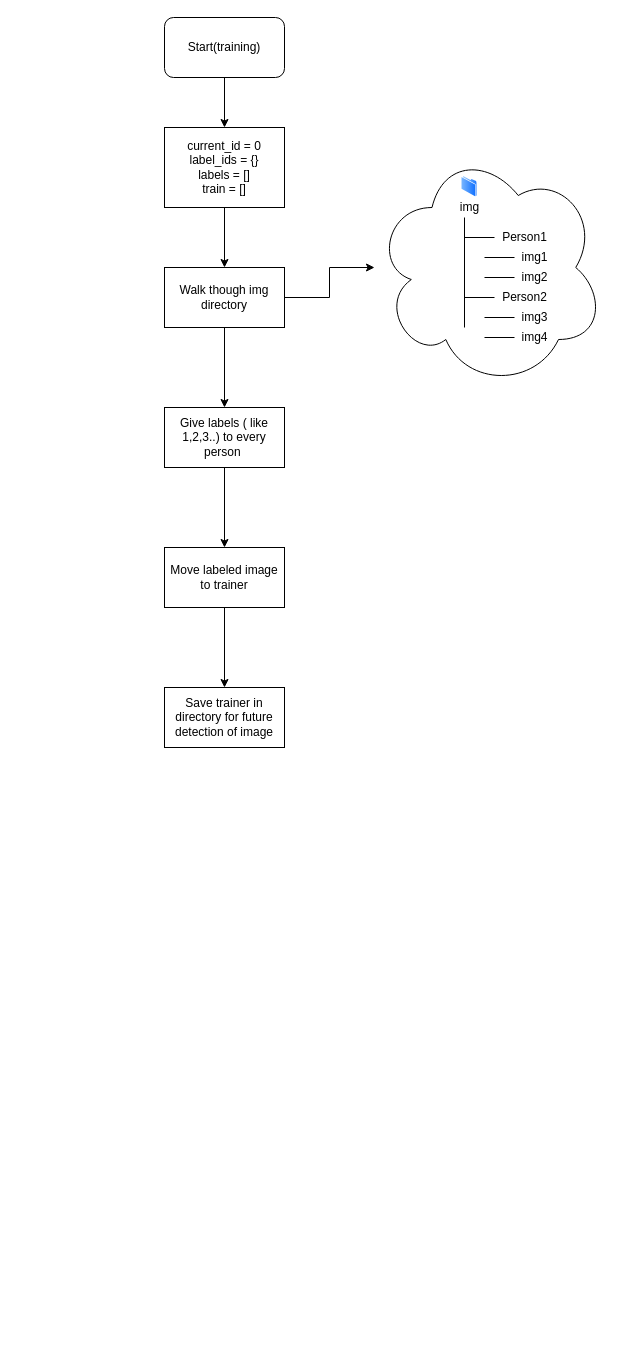
The draw.io diagram Documentation/Flow Diagram/train.drawio in prashantsingh2408/Face-Recognition-Attendance-System, before the edit. Source tidied: cells renumbered, new cells numbered last; positions are measured from the earlier drawing's top-left corner, leaving out a move shared by most shapes. Both pictures are drawn from the tidied source at 100%, with x=0, y=0 at pixel (164, 17).
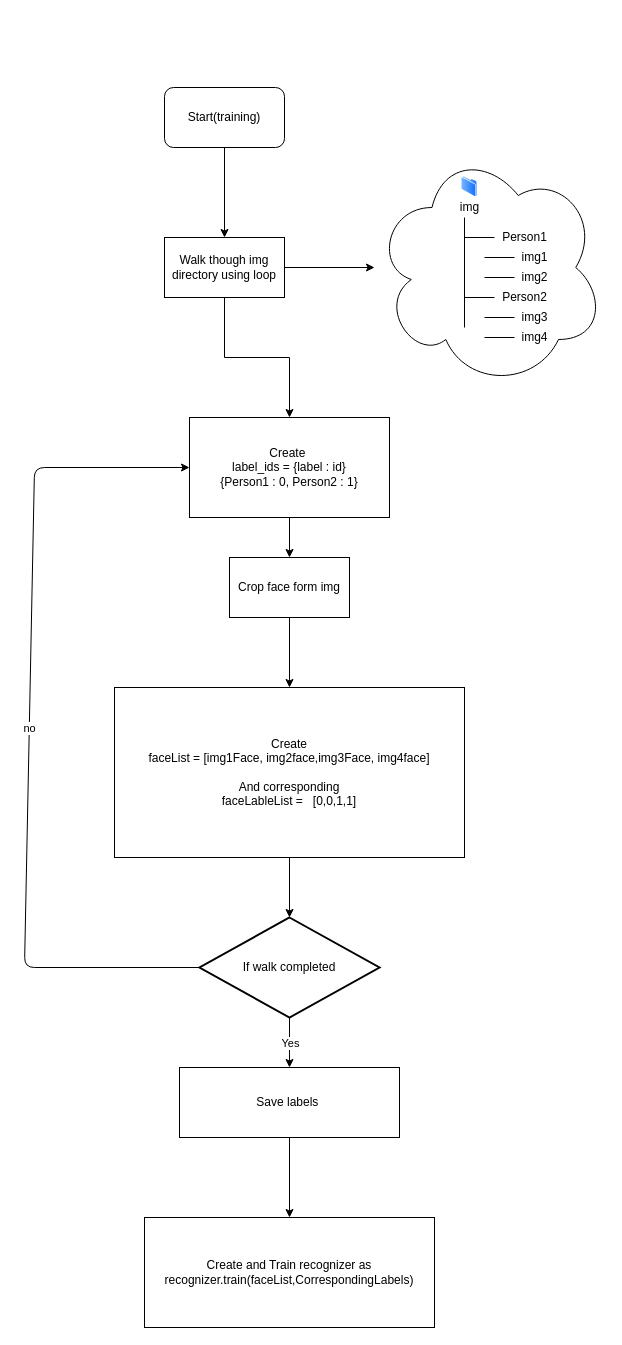
The same diagram, later.

What changed in the source:
```diff
@@
-    <mxCell id="2" style="edgeStyle=orthogonalEdgeStyle;rounded=0;jettySize=auto;html=1;" parent="1" edge="1" source="3" target="5">
+    <mxCell id="2" style="edgeStyle=orthogonalEdgeStyle;rounded=0;jettySize=auto;html=1;entryX=0.5;entryY=0;entryDx=0;entryDy=0;" parent="1" edge="1" source="3" target="8">
       <mxGeometry relative="1" as="geometry" />
     </mxCell>
     <mxCell id="3" value="Start(training)" style="rounded=1;whiteSpace=wrap;html=1;" parent="1" vertex="1">
-      <mxGeometry width="120" height="60" as="geometry" />
+      <mxGeometry y="70" width="120" height="60" as="geometry" />
     </mxCell>
-    <mxCell id="4" style="edgeStyle=orthogonalEdgeStyle;rounded=0;jettySize=auto;html=1;" parent="1" edge="1" source="5" target="8">
-      <mxGeometry relative="1" as="geometry" />
-    </mxCell>
-    <mxCell id="5" value="current_id = 0&lt;br&gt;label_ids = {}&lt;br&gt;labels = []&lt;br&gt;train = []" style="rounded=0;whiteSpace=wrap;html=1;" parent="1" vertex="1">
-      <mxGeometry y="110" width="120" height="80" as="geometry" />
-    </mxCell>
@@
-    <mxCell id="8" value="Walk though img directory" style="rounded=0;whiteSpace=wrap;html=1;" parent="1" vertex="1">
-      <mxGeometry y="250" width="120" height="60" as="geometry" />
+    <mxCell id="8" value="Walk though img directory using loop" style="rounded=0;whiteSpace=wrap;html=1;" parent="1" vertex="1">
+      <mxGeometry y="220" width="120" height="60" as="geometry" />
     </mxCell>
@@
-    <mxCell id="10" value="Give labels ( like 1,2,3..) to every person&amp;nbsp;" style="rounded=0;whiteSpace=wrap;html=1;" parent="1" vertex="1">
-      <mxGeometry y="390" width="120" height="60" as="geometry" />
+    <mxCell id="10" value="Create&amp;nbsp;&lt;br&gt;label_ids = {label : id}&lt;br&gt;{Person1 : 0, Person2 : 1}" style="rounded=0;whiteSpace=wrap;html=1;" parent="1" vertex="1">
+      <mxGeometry x="25" y="400" width="200" height="100" as="geometry" />
     </mxCell>
@@
-    <mxCell id="12" value="Move labeled image to trainer" style="rounded=0;whiteSpace=wrap;html=1;" parent="1" vertex="1">
-      <mxGeometry y="530" width="120" height="60" as="geometry" />
+    <mxCell id="12" value="Crop face form img" style="rounded=0;whiteSpace=wrap;html=1;" parent="1" vertex="1">
+      <mxGeometry x="65" y="540" width="120" height="60" as="geometry" />
     </mxCell>
+    <mxCell id="30" style="edgeStyle=orthogonalEdgeStyle;rounded=0;jettySize=auto;html=1;" parent="1" edge="1" source="13" target="33">
+      <mxGeometry relative="1" as="geometry" />
+    </mxCell>
-    <mxCell id="13" value="Save trainer in directory for future detection of image" style="rounded=0;whiteSpace=wrap;html=1;" parent="1" vertex="1">
-      <mxGeometry y="670" width="120" height="60" as="geometry" />
+    <mxCell id="13" value="Create &lt;br&gt;faceList = [img1Face, img2face,img3Face, img4face]&lt;br&gt;&lt;br&gt;And corresponding &lt;br&gt;faceLableList =&amp;nbsp; &amp;nbsp;[0,0,1,1]" style="rounded=0;whiteSpace=wrap;html=1;" parent="1" vertex="1">
+      <mxGeometry x="-50" y="670" width="350" height="170" as="geometry" />
     </mxCell>
@@
+    <mxCell id="31" value="Save labels&amp;nbsp;" style="rounded=0;whiteSpace=wrap;html=1;" parent="1" vertex="1">
+      <mxGeometry x="15" y="1050" width="220" height="70" as="geometry" />
+    </mxCell>
+    <mxCell id="32" value="Create and Train recognizer as&lt;br&gt;recognizer.train(faceList,CorrespondingLabels)" style="rounded=0;whiteSpace=wrap;html=1;" parent="1" vertex="1">
+      <mxGeometry x="-20" y="1200" width="290" height="110" as="geometry" />
+    </mxCell>
+    <mxCell id="33" value="If walk completed" style="strokeWidth=2;html=1;shape=mxgraph.flowchart.decision;whiteSpace=wrap;" parent="1" vertex="1">
+      <mxGeometry x="35" y="900" width="180" height="100" as="geometry" />
+    </mxCell>
+    <mxCell id="34" style="edgeStyle=orthogonalEdgeStyle;rounded=0;jettySize=auto;html=1;" parent="1" edge="1" source="31" target="32">
+      <mxGeometry relative="1" as="geometry" />
+    </mxCell>
+    <mxCell id="35" style="endArrow=classic;html=1;exitX=0.5;exitY=1;exitDx=0;exitDy=0;exitPerimeter=0;" parent="1" edge="1" source="33" target="31">
+      <mxGeometry relative="1" as="geometry" />
+    </mxCell>
+    <mxCell id="36" value="Yes" style="edgeLabel;html=1;align=center;verticalAlign=middle;" parent="35" vertex="1">
+      <mxGeometry relative="1" as="geometry" />
+    </mxCell>
+    <mxCell id="37" style="endArrow=classic;html=1;exitX=0;exitY=0.5;exitDx=0;exitDy=0;exitPerimeter=0;entryX=0;entryY=0.5;entryDx=0;entryDy=0;" parent="1" edge="1" source="33" target="10">
+      <mxGeometry relative="1" as="geometry">
+        <Array as="points">
+          <mxPoint x="-140" y="950" />
+          <mxPoint x="-130" y="450" />
+        </Array>
+      </mxGeometry>
+    </mxCell>
+    <mxCell id="38" value="no" style="edgeLabel;html=1;align=center;verticalAlign=middle;" parent="37" vertex="1">
+      <mxGeometry relative="1" as="geometry" />
+    </mxCell>
```
